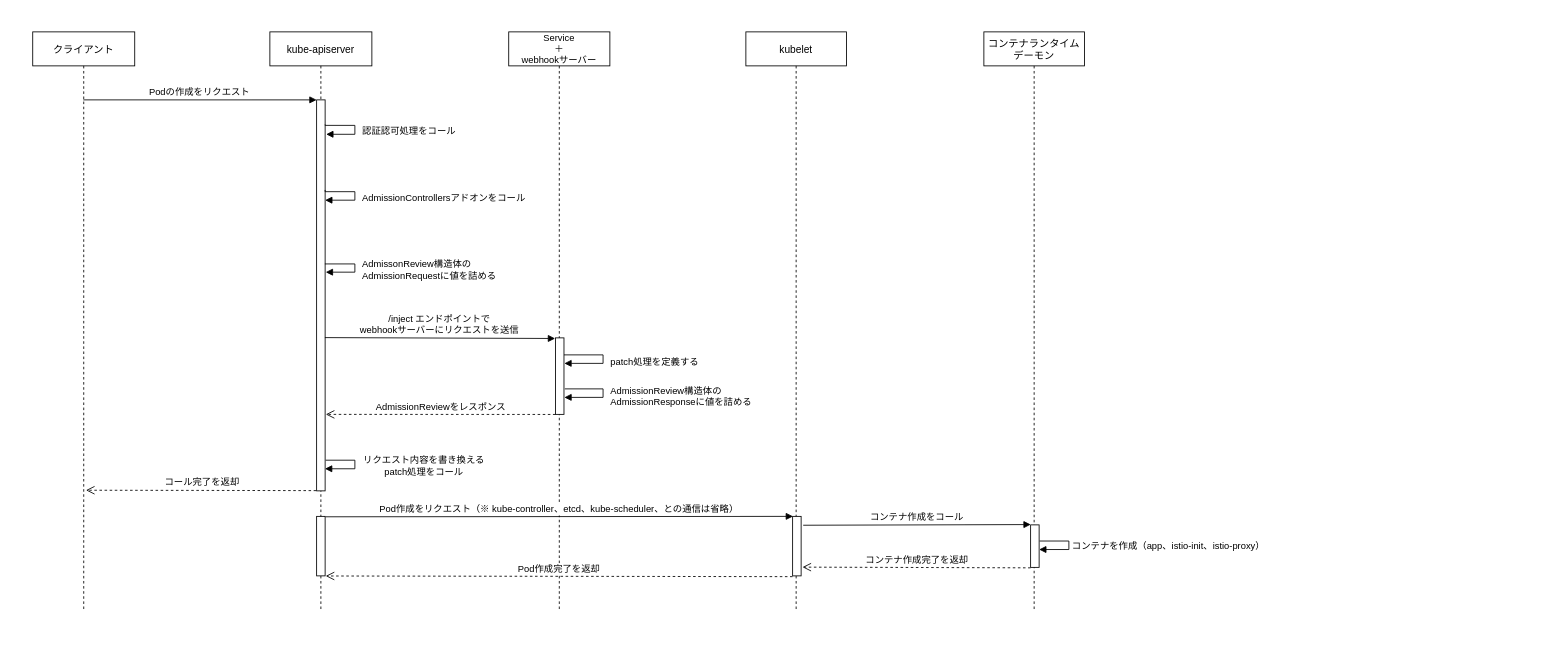
The draw.io diagram page "istio_container-injection_flow" (4 of 4) of images/drawio/istio/service-mesh_layer.drawio in hiroki-it/tech-notebook_old, before the edit. Source tidied: cells renumbered, new cells numbered last; positions are measured from the earlier drawing's top-left corner, leaving out a move shared by most shapes. Both pictures are drawn from the tidied source at 85%, with x=0, y=0 at pixel (32, 31). Pictures stored in the file or linked from it are replaced by grey dashed boxes.
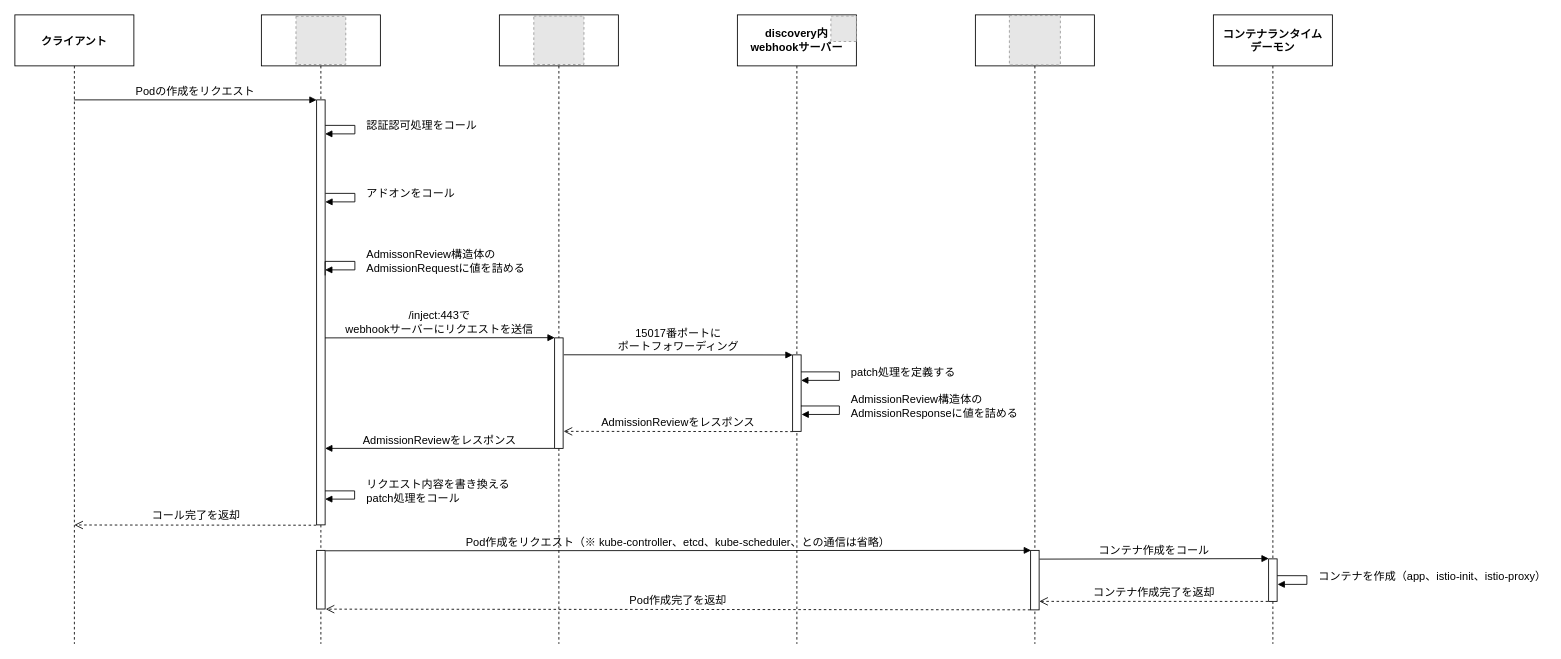
The same diagram, later.

The edit, as a diff of the source:
```diff
@@
+    <mxCell id="11" style="shape=umlLifeline;perimeter=lifelinePerimeter;rounded=0;shadow=0;strokeWidth=1;fontSize=11;labelBackgroundColor=none;size=60;fillColor=none;" parent="1" vertex="1">
+      <mxGeometry x="829" y="-20" width="140" height="740" as="geometry" />
+    </mxCell>
-    <mxCell id="2" value="クライアント" style="shape=umlLifeline;perimeter=lifelinePerimeter;rounded=0;shadow=0;strokeWidth=1;" parent="1" vertex="1">
-      <mxGeometry width="120" height="680" as="geometry" />
+    <mxCell id="2" value="クライアント" style="shape=umlLifeline;perimeter=lifelinePerimeter;rounded=0;shadow=0;strokeWidth=1;labelBackgroundColor=none;fontSize=13;size=60;fillColor=none;fontStyle=1;" parent="1" vertex="1">
+      <mxGeometry x="-21" y="-20" width="140" height="740" as="geometry" />
     </mxCell>
-    <mxCell id="3" value="kube-apiserver" style="shape=umlLifeline;perimeter=lifelinePerimeter;rounded=0;shadow=0;strokeWidth=1;" parent="1" vertex="1">
-      <mxGeometry x="279" width="120" height="680" as="geometry" />
+    <mxCell id="3" style="shape=umlLifeline;perimeter=lifelinePerimeter;rounded=0;shadow=0;strokeWidth=1;labelBackgroundColor=none;fontSize=13;size=60;fillColor=none;" parent="1" vertex="1">
+      <mxGeometry x="269" y="-20" width="140" height="740" as="geometry" />
     </mxCell>
+    <mxCell id="10" value="Podの作成をリクエスト" style="verticalAlign=bottom;endArrow=block;entryX=0;entryY=0;shadow=0;strokeWidth=1;labelBackgroundColor=none;fontColor=default;fontSize=13;" parent="1" edge="1" source="2" target="4">
+      <mxGeometry relative="1" as="geometry" />
+    </mxCell>
+    <mxCell id="15" value="コール完了を返却" style="html=1;verticalAlign=bottom;endArrow=open;dashed=1;endSize=8;rounded=0;exitX=-0.048;exitY=0.999;exitDx=0;exitDy=0;exitPerimeter=0;entryX=0.5;entryY=0.811;entryDx=0;entryDy=0;entryPerimeter=0;labelBackgroundColor=none;fontColor=default;fontSize=13;" parent="1" edge="1" target="2">
+      <mxGeometry relative="1" as="geometry">
+        <mxPoint x="333.5" y="580.4" as="sourcePoint" />
+      </mxGeometry>
+    </mxCell>
+    <mxCell id="16" value="/inject:443で&#10;webhookサーバーにリクエストを送信" style="verticalAlign=bottom;endArrow=block;entryX=0.011;entryY=-0.002;shadow=0;strokeWidth=1;entryDx=0;entryDy=0;entryPerimeter=0;exitX=0.975;exitY=0.56;exitDx=0;exitDy=0;exitPerimeter=0;labelBackgroundColor=none;fontColor=default;fontSize=13;" parent="1" edge="1" source="4" target="29">
+      <mxGeometry relative="1" as="geometry" />
+    </mxCell>
+    <mxCell id="17" style="shape=umlLifeline;perimeter=lifelinePerimeter;rounded=0;shadow=0;strokeWidth=1;labelBackgroundColor=none;fontSize=13;size=60;fillColor=none;" parent="1" vertex="1">
+      <mxGeometry x="1109" y="-20" width="140" height="740" as="geometry" />
+    </mxCell>
+    <mxCell id="19" value="Pod作成をリクエスト（※ kube-controller、etcd、kube-scheduler、との通信は省略）" style="verticalAlign=bottom;endArrow=block;shadow=0;strokeWidth=1;entryX=0.049;entryY=0;entryDx=0;entryDy=0;entryPerimeter=0;exitX=1.041;exitY=0.007;exitDx=0;exitDy=0;exitPerimeter=0;labelBackgroundColor=none;fontColor=default;fontSize=13;" parent="1" edge="1" source="8" target="18">
+      <mxGeometry relative="1" as="geometry" />
+    </mxCell>
+    <mxCell id="20" value="Pod作成完了を返却" style="html=1;verticalAlign=bottom;endArrow=open;dashed=1;endSize=8;rounded=0;exitX=-0.028;exitY=0.999;exitDx=0;exitDy=0;exitPerimeter=0;entryX=1.071;entryY=1.002;entryDx=0;entryDy=0;entryPerimeter=0;labelBackgroundColor=none;fontColor=default;fontSize=13;" parent="1" edge="1" source="18" target="8">
+      <mxGeometry relative="1" as="geometry" />
+    </mxCell>
+    <mxCell id="21" value="コンテナランタイム&#10;デーモン" style="shape=umlLifeline;perimeter=lifelinePerimeter;rounded=0;shadow=0;strokeWidth=1;labelBackgroundColor=none;fontSize=13;size=60;fillColor=none;fontStyle=1;" parent="1" vertex="1">
+      <mxGeometry x="1389" y="-20" width="140" height="740" as="geometry" />
+    </mxCell>
+    <mxCell id="24" value="コンテナ作成をコール" style="verticalAlign=bottom;endArrow=block;shadow=0;strokeWidth=1;entryX=0.015;entryY=-0.007;entryDx=0;entryDy=0;entryPerimeter=0;exitX=1.042;exitY=0.147;exitDx=0;exitDy=0;exitPerimeter=0;labelBackgroundColor=none;fontColor=default;fontSize=13;" parent="1" edge="1" source="18" target="22">
+      <mxGeometry relative="1" as="geometry" />
+    </mxCell>
+    <mxCell id="25" value="コンテナ作成完了を返却" style="html=1;verticalAlign=bottom;endArrow=open;dashed=1;endSize=8;rounded=0;exitX=-0.049;exitY=1.001;exitDx=0;exitDy=0;exitPerimeter=0;entryX=1.024;entryY=0.857;entryDx=0;entryDy=0;entryPerimeter=0;labelBackgroundColor=none;fontColor=default;fontSize=13;" parent="1" edge="1" source="22" target="18">
+      <mxGeometry relative="1" as="geometry" />
+    </mxCell>
+    <mxCell id="27" style="shape=umlLifeline;perimeter=lifelinePerimeter;rounded=0;shadow=0;strokeWidth=1;labelBackgroundColor=none;fontSize=13;size=60;fillColor=none;" parent="1" vertex="1">
+      <mxGeometry x="549" y="-20" width="140" height="740" as="geometry" />
+    </mxCell>
+    <mxCell id="14" value="AdmissionReviewをレスポンス" style="html=1;verticalAlign=bottom;endArrow=open;dashed=1;endSize=8;rounded=0;exitX=0.02;exitY=1.003;exitDx=0;exitDy=0;exitPerimeter=0;entryX=1.064;entryY=0.846;entryDx=0;entryDy=0;entryPerimeter=0;labelBackgroundColor=none;fontColor=default;fontSize=13;" parent="1" edge="1" source="12" target="29">
+      <mxGeometry relative="1" as="geometry" />
+    </mxCell>
-    <mxCell id="4" style="points=[];perimeter=orthogonalPerimeter;rounded=0;shadow=0;strokeWidth=1;" parent="3" vertex="1">
-      <mxGeometry x="55" y="80" width="10" height="460" as="geometry" />
+    <mxCell id="4" style="points=[];perimeter=orthogonalPerimeter;rounded=0;shadow=0;strokeWidth=1;labelBackgroundColor=none;fontSize=13;" parent="1" vertex="1">
+      <mxGeometry x="334" y="80" width="10" height="500" as="geometry" />
     </mxCell>
-    <mxCell id="5" value="認証認可処理をコール" style="edgeStyle=orthogonalEdgeStyle;html=1;align=left;spacingLeft=2;endArrow=block;rounded=0;entryX=1.12;entryY=0.088;entryDx=0;entryDy=0;entryPerimeter=0;" parent="3" edge="1" target="4">
-      <mxGeometry x="0.07" y="5" relative="1" as="geometry">
-        <mxPoint x="65" y="109" as="sourcePoint" />
+    <mxCell id="5" value="認証認可処理をコール" style="edgeStyle=orthogonalEdgeStyle;html=1;align=left;spacingLeft=2;endArrow=block;rounded=0;exitX=1.013;exitY=0.06;exitDx=0;exitDy=0;exitPerimeter=0;labelBackgroundColor=none;fontColor=default;fontSize=13;" parent="1" edge="1" source="4">
+      <mxGeometry x="-0.13" y="10" relative="1" as="geometry">
+        <mxPoint x="344" y="120" as="targetPoint" />
         <Array as="points">
-          <mxPoint x="65" y="110" />
-          <mxPoint x="100" y="110" />
-          <mxPoint x="100" y="121" />
+          <mxPoint x="379" y="110" />
+          <mxPoint x="379" y="120" />
         </Array>
       </mxGeometry>
     </mxCell>
-    <mxCell id="6" value="AdmissionControllersアドオンをコール" style="edgeStyle=orthogonalEdgeStyle;html=1;align=left;spacingLeft=2;endArrow=block;rounded=0;" parent="3" edge="1">
-      <mxGeometry x="0.07" y="5" relative="1" as="geometry">
-        <mxPoint x="65" y="186" as="sourcePoint" />
-        <mxPoint x="65" y="198" as="targetPoint" />
+    <mxCell id="6" value="アドオンをコール" style="edgeStyle=orthogonalEdgeStyle;html=1;align=left;spacingLeft=2;endArrow=block;rounded=0;entryX=1.021;entryY=0.24;entryDx=0;entryDy=0;entryPerimeter=0;labelBackgroundColor=none;fontColor=default;exitX=1.036;exitY=0.22;exitDx=0;exitDy=0;exitPerimeter=0;fontSize=13;" parent="1" edge="1" source="4" target="4">
+      <mxGeometry x="-0.13" y="10" relative="1" as="geometry">
         <Array as="points">
-          <mxPoint x="65" y="188" />
-          <mxPoint x="100" y="188" />
-          <mxPoint x="100" y="198" />
+          <mxPoint x="379" y="190" />
+          <mxPoint x="379" y="200" />
         </Array>
       </mxGeometry>
     </mxCell>
-    <mxCell id="7" value="リクエスト内容を書き換える&lt;br&gt;patch処理をコール" style="edgeStyle=orthogonalEdgeStyle;html=1;align=center;spacingLeft=2;endArrow=block;rounded=0;entryX=0.977;entryY=0.913;entryDx=0;entryDy=0;entryPerimeter=0;exitX=1.065;exitY=0.891;exitDx=0;exitDy=0;exitPerimeter=0;" parent="3" edge="1">
-      <mxGeometry x="0.02" y="80" relative="1" as="geometry">
-        <mxPoint x="65.6" y="503.9" as="sourcePoint" />
-        <mxPoint x="64.8" y="514" as="targetPoint" />
+    <mxCell id="7" value="リクエスト内容を書き換える&lt;br style=&quot;font-size: 13px;&quot;&gt;patch処理をコール" style="edgeStyle=orthogonalEdgeStyle;html=1;align=left;spacingLeft=2;endArrow=block;rounded=0;exitX=1.029;exitY=0.913;exitDx=0;exitDy=0;exitPerimeter=0;labelBackgroundColor=none;fontColor=default;entryX=1.026;entryY=0.934;entryDx=0;entryDy=0;entryPerimeter=0;fontSize=13;" parent="1" edge="1">
+      <mxGeometry x="-0.12" y="10" relative="1" as="geometry">
+        <mxPoint x="344" y="540" as="sourcePoint" />
+        <mxPoint x="344" y="549.7" as="targetPoint" />
         <Array as="points">
-          <mxPoint x="100" y="504" />
-          <mxPoint x="100" y="514" />
+          <mxPoint x="378.7" y="540" />
+          <mxPoint x="378.7" y="550" />
         </Array>
       </mxGeometry>
     </mxCell>
-    <mxCell id="8" style="html=1;points=[];perimeter=orthogonalPerimeter;" parent="3" vertex="1">
-      <mxGeometry x="55" y="570" width="10" height="70" as="geometry" />
+    <mxCell id="8" style="html=1;points=[];perimeter=orthogonalPerimeter;labelBackgroundColor=none;fontSize=13;" parent="1" vertex="1">
+      <mxGeometry x="334" y="610" width="10" height="69" as="geometry" />
     </mxCell>
-    <mxCell id="9" value="AdmissonReview構造体の&lt;br&gt;AdmissionRequestに値を詰める" style="edgeStyle=orthogonalEdgeStyle;html=1;align=left;spacingLeft=2;endArrow=block;rounded=0;entryX=1.068;entryY=0.521;entryDx=0;entryDy=0;entryPerimeter=0;exitX=0.973;exitY=0.5;exitDx=0;exitDy=0;exitPerimeter=0;" parent="3" edge="1">
-      <mxGeometry x="0.07" y="5" relative="1" as="geometry">
-        <mxPoint x="64.7" y="273" as="sourcePoint" />
-        <mxPoint x="65.7" y="282.7" as="targetPoint" />
+    <mxCell id="9" value="AdmissonReview構造体の&lt;br style=&quot;font-size: 13px;&quot;&gt;AdmissionRequestに値を詰める" style="edgeStyle=orthogonalEdgeStyle;html=1;align=left;spacingLeft=2;endArrow=block;rounded=0;labelBackgroundColor=none;fontColor=default;exitX=1.001;exitY=0.413;exitDx=0;exitDy=0;exitPerimeter=0;entryX=0.998;entryY=0.4;entryDx=0;entryDy=0;entryPerimeter=0;fontSize=13;" parent="1" edge="1" source="4" target="4">
+      <mxGeometry x="0.07" y="10" relative="1" as="geometry">
         <Array as="points">
-          <mxPoint x="100" y="273" />
-          <mxPoint x="100" y="283" />
+          <mxPoint x="344" y="270" />
+          <mxPoint x="379" y="270" />
+          <mxPoint x="379" y="280" />
         </Array>
       </mxGeometry>
     </mxCell>
-    <mxCell id="10" value="Podの作成をリクエスト" style="verticalAlign=bottom;endArrow=block;entryX=0;entryY=0;shadow=0;strokeWidth=1;" parent="1" edge="1" source="2" target="4">
-      <mxGeometry relative="1" as="geometry" />
-    </mxCell>
-    <mxCell id="11" value="Service&#10;＋&#10;webhookサーバー" style="shape=umlLifeline;perimeter=lifelinePerimeter;rounded=0;shadow=0;strokeWidth=1;fontSize=11;" parent="1" vertex="1">
-      <mxGeometry x="560" width="119" height="680" as="geometry" />
-    </mxCell>
+    <mxCell id="28" value="AdmissionReviewをレスポンス" style="verticalAlign=bottom;endArrow=block;shadow=0;strokeWidth=1;exitX=-0.005;exitY=1;exitDx=0;exitDy=0;exitPerimeter=0;labelBackgroundColor=none;fontColor=default;fontSize=13;" parent="1" edge="1" source="29">
+      <mxGeometry relative="1" as="geometry">
+        <mxPoint x="344" y="490" as="targetPoint" />
+      </mxGeometry>
+    </mxCell>
+    <mxCell id="29" style="points=[];perimeter=orthogonalPerimeter;rounded=0;shadow=0;strokeWidth=1;labelBackgroundColor=none;fontSize=13;" parent="1" vertex="1">
+      <mxGeometry x="614" y="360" width="10" height="130" as="geometry" />
+    </mxCell>
-    <mxCell id="12" style="points=[];perimeter=orthogonalPerimeter;rounded=0;shadow=0;strokeWidth=1;" parent="11" vertex="1">
-      <mxGeometry x="55" y="360" width="10" height="90" as="geometry" />
+    <mxCell id="12" style="points=[];perimeter=orthogonalPerimeter;rounded=0;shadow=0;strokeWidth=1;labelBackgroundColor=none;fontSize=13;" parent="1" vertex="1">
+      <mxGeometry x="894" y="380" width="10" height="90" as="geometry" />
     </mxCell>
-    <mxCell id="13" value="AdmissionReview構造体の&lt;br&gt;AdmissionResponseに値を詰める" style="edgeStyle=orthogonalEdgeStyle;html=1;align=left;spacingLeft=2;endArrow=block;rounded=0;entryX=1.042;entryY=0.778;entryDx=0;entryDy=0;entryPerimeter=0;" parent="11" edge="1" target="12">
-      <mxGeometry x="0.07" y="5" relative="1" as="geometry">
-        <mxPoint x="66" y="420" as="sourcePoint" />
+    <mxCell id="13" value="AdmissionReview構造体の&lt;br style=&quot;font-size: 13px;&quot;&gt;AdmissionResponseに値を詰める" style="edgeStyle=orthogonalEdgeStyle;html=1;align=left;spacingLeft=2;endArrow=block;rounded=0;entryX=1.048;entryY=0.779;entryDx=0;entryDy=0;entryPerimeter=0;exitX=0.981;exitY=0.668;exitDx=0;exitDy=0;exitPerimeter=0;labelBackgroundColor=none;fontColor=default;fontSize=13;" parent="1" edge="1" source="12" target="12">
+      <mxGeometry x="-0.09" y="10" relative="1" as="geometry">
         <Array as="points">
-          <mxPoint x="111" y="420" />
-          <mxPoint x="111" y="430" />
+          <mxPoint x="949" y="440" />
+          <mxPoint x="949" y="450" />
         </Array>
       </mxGeometry>
     </mxCell>
-    <mxCell id="14" value="AdmissionReviewをレスポンス" style="html=1;verticalAlign=bottom;endArrow=open;dashed=1;endSize=8;rounded=0;exitX=-0.053;exitY=0.981;exitDx=0;exitDy=0;exitPerimeter=0;entryX=1.024;entryY=0.824;entryDx=0;entryDy=0;entryPerimeter=0;" parent="11" edge="1">
-      <mxGeometry relative="1" as="geometry">
-        <mxPoint x="55" y="450.1" as="sourcePoint" />
-        <mxPoint x="-215.2" y="450" as="targetPoint" />
-      </mxGeometry>
-    </mxCell>
-    <mxCell id="15" value="コール完了を返却" style="html=1;verticalAlign=bottom;endArrow=open;dashed=1;endSize=8;rounded=0;exitX=-0.048;exitY=0.999;exitDx=0;exitDy=0;exitPerimeter=0;entryX=0.522;entryY=0.793;entryDx=0;entryDy=0;entryPerimeter=0;" parent="1" edge="1" target="2">
-      <mxGeometry relative="1" as="geometry">
-        <mxPoint x="333.5" y="539.7" as="sourcePoint" />
-      </mxGeometry>
-    </mxCell>
-    <mxCell id="16" value="/inject エンドポイントで&#10;webhookサーバーにリクエストを送信" style="verticalAlign=bottom;endArrow=block;entryX=-0.039;entryY=0.008;shadow=0;strokeWidth=1;entryDx=0;entryDy=0;entryPerimeter=0;exitX=0.976;exitY=0.608;exitDx=0;exitDy=0;exitPerimeter=0;" parent="1" edge="1" source="4" target="12">
-      <mxGeometry relative="1" as="geometry" />
-    </mxCell>
-    <mxCell id="17" value="kubelet" style="shape=umlLifeline;perimeter=lifelinePerimeter;rounded=0;shadow=0;strokeWidth=1;" parent="1" vertex="1">
-      <mxGeometry x="839" width="118.3" height="680" as="geometry" />
-    </mxCell>
+    <mxCell id="26" value="patch処理を定義する" style="edgeStyle=orthogonalEdgeStyle;html=1;align=left;spacingLeft=2;endArrow=block;rounded=0;labelBackgroundColor=none;fontColor=default;fontSize=13;" parent="1" edge="1" source="12">
+      <mxGeometry x="-0.1" y="10" relative="1" as="geometry">
+        <mxPoint x="904" y="410" as="targetPoint" />
+        <Array as="points">
+          <mxPoint x="949" y="400" />
+          <mxPoint x="949" y="410" />
+        </Array>
+      </mxGeometry>
+    </mxCell>
+    <mxCell id="30" value="15017番ポートに&#10;ポートフォワーディング" style="verticalAlign=bottom;endArrow=block;entryX=0.011;entryY=-0.002;shadow=0;strokeWidth=1;entryDx=0;entryDy=0;entryPerimeter=0;exitX=1.086;exitY=0.153;exitDx=0;exitDy=0;exitPerimeter=0;labelBackgroundColor=none;fontColor=default;fontSize=13;" parent="1" edge="1" source="29">
+      <mxGeometry relative="1" as="geometry">
+        <mxPoint x="894" y="380.1" as="targetPoint" />
+      </mxGeometry>
+    </mxCell>
-    <mxCell id="18" style="points=[];perimeter=orthogonalPerimeter;rounded=0;shadow=0;strokeWidth=1;" parent="17" vertex="1">
-      <mxGeometry x="55" y="570" width="10" height="70" as="geometry" />
+    <mxCell id="18" style="points=[];perimeter=orthogonalPerimeter;rounded=0;shadow=0;strokeWidth=1;labelBackgroundColor=none;fontSize=13;" parent="1" vertex="1">
+      <mxGeometry x="1174" y="610" width="10" height="70" as="geometry" />
     </mxCell>
-    <mxCell id="19" value="Pod作成をリクエスト（※ kube-controller、etcd、kube-scheduler、との通信は省略）" style="verticalAlign=bottom;endArrow=block;shadow=0;strokeWidth=1;entryX=0.049;entryY=0;entryDx=0;entryDy=0;entryPerimeter=0;exitX=1.041;exitY=0.007;exitDx=0;exitDy=0;exitPerimeter=0;" parent="1" edge="1" source="8" target="18">
-      <mxGeometry relative="1" as="geometry" />
-    </mxCell>
-    <mxCell id="20" value="Pod作成完了を返却" style="html=1;verticalAlign=bottom;endArrow=open;dashed=1;endSize=8;rounded=0;exitX=-0.008;exitY=1.013;exitDx=0;exitDy=0;exitPerimeter=0;entryX=1.071;entryY=1.002;entryDx=0;entryDy=0;entryPerimeter=0;" parent="1" edge="1" source="18" target="8">
-      <mxGeometry relative="1" as="geometry" />
-    </mxCell>
-    <mxCell id="21" value="コンテナランタイム&#10;デーモン" style="shape=umlLifeline;perimeter=lifelinePerimeter;rounded=0;shadow=0;strokeWidth=1;" parent="1" vertex="1">
-      <mxGeometry x="1119" width="118.3" height="680" as="geometry" />
-    </mxCell>
-    <mxCell id="22" style="points=[];perimeter=orthogonalPerimeter;rounded=0;shadow=0;strokeWidth=1;" parent="21" vertex="1">
-      <mxGeometry x="55" y="580" width="10" height="50" as="geometry" />
+    <mxCell id="22" style="points=[];perimeter=orthogonalPerimeter;rounded=0;shadow=0;strokeWidth=1;labelBackgroundColor=none;fontSize=13;" parent="1" vertex="1">
+      <mxGeometry x="1454" y="620" width="10" height="50" as="geometry" />
     </mxCell>
-    <mxCell id="23" value="コンテナを作成（app、istio-init、istio-proxy）" style="edgeStyle=orthogonalEdgeStyle;html=1;align=left;spacingLeft=2;endArrow=block;rounded=0;entryX=1.004;entryY=0.401;entryDx=0;entryDy=0;entryPerimeter=0;exitX=1.055;exitY=0.2;exitDx=0;exitDy=0;exitPerimeter=0;" parent="21" edge="1">
-      <mxGeometry relative="1" as="geometry">
-        <mxPoint x="65.5" y="599" as="sourcePoint" />
-        <mxPoint x="65" y="609" as="targetPoint" />
+    <mxCell id="23" value="コンテナを作成（app、istio-init、istio-proxy）" style="edgeStyle=orthogonalEdgeStyle;html=1;align=left;spacingLeft=2;endArrow=block;rounded=0;exitX=1.016;exitY=0.395;exitDx=0;exitDy=0;exitPerimeter=0;labelBackgroundColor=none;fontColor=default;entryX=1.049;entryY=0.6;entryDx=0;entryDy=0;entryPerimeter=0;fontSize=13;" parent="1" edge="1" source="22" target="22">
+      <mxGeometry x="-0.13" y="10" relative="1" as="geometry">
         <Array as="points">
-          <mxPoint x="100" y="599" />
-          <mxPoint x="100" y="609" />
+          <mxPoint x="1499" y="640" />
+          <mxPoint x="1499" y="650" />
         </Array>
       </mxGeometry>
     </mxCell>
-    <mxCell id="24" value="コンテナ作成をコール" style="verticalAlign=bottom;endArrow=block;shadow=0;strokeWidth=1;entryX=0.015;entryY=-0.007;entryDx=0;entryDy=0;entryPerimeter=0;exitX=1.244;exitY=0.149;exitDx=0;exitDy=0;exitPerimeter=0;" parent="1" edge="1" source="18" target="22">
-      <mxGeometry relative="1" as="geometry" />
-    </mxCell>
-    <mxCell id="25" value="コンテナ作成完了を返却" style="html=1;verticalAlign=bottom;endArrow=open;dashed=1;endSize=8;rounded=0;exitX=0;exitY=1.011;exitDx=0;exitDy=0;exitPerimeter=0;entryX=1.162;entryY=0.853;entryDx=0;entryDy=0;entryPerimeter=0;" parent="1" edge="1" source="22" target="18">
-      <mxGeometry relative="1" as="geometry" />
-    </mxCell>
-    <mxCell id="26" value="patch処理を定義する" style="edgeStyle=orthogonalEdgeStyle;html=1;align=left;spacingLeft=2;endArrow=block;rounded=0;entryX=1.042;entryY=0.778;entryDx=0;entryDy=0;entryPerimeter=0;" parent="1" edge="1" source="12">
-      <mxGeometry x="0.07" y="5" relative="1" as="geometry">
-        <mxPoint x="625.4" y="390" as="targetPoint" />
-        <Array as="points">
-          <mxPoint x="671" y="380" />
-          <mxPoint x="671" y="390" />
-        </Array>
-      </mxGeometry>
-    </mxCell>
+    <mxCell id="31" style="fillColor=#E6E6E6;strokeColor=#999999;dashed=1;" parent="1" vertex="1">
+      <mxGeometry x="309.7" y="-18.4" width="58.6" height="56.8" as="geometry" />
+    </mxCell>
+    <mxCell id="32" style="fillColor=#E6E6E6;strokeColor=#999999;dashed=1;" parent="1" vertex="1">
+      <mxGeometry x="589.5" y="-18.7" width="59" height="57.1" as="geometry" />
+    </mxCell>
+    <mxCell id="33" style="fillColor=#E6E6E6;strokeColor=#999999;dashed=1;" parent="1" vertex="1">
+      <mxGeometry x="1149" y="-19.2" width="60" height="58.1" as="geometry" />
+    </mxCell>
+    <mxCell id="34" style="fillColor=#E6E6E6;strokeColor=#999999;dashed=1;verticalLabelPosition=bottom;labelBackgroundColor=default;verticalAlign=top;" parent="1" vertex="1">
+      <mxGeometry x="939" y="-18.7" width="30" height="30" as="geometry" />
+    </mxCell>
+    <mxCell id="35" value="&lt;b style=&quot;border-color: var(--border-color); font-size: 13px;&quot;&gt;&lt;b style=&quot;border-color: var(--border-color); font-size: 13px;&quot;&gt;&lt;font style=&quot;border-color: var(--border-color); font-size: 13px;&quot;&gt;discovery内&lt;/font&gt;&lt;/b&gt;&lt;br style=&quot;font-size: 13px;&quot;&gt;webhookサーバー&lt;/b&gt;&lt;b style=&quot;font-size: 13px;&quot;&gt;&lt;font style=&quot;font-size: 13px;&quot;&gt;&lt;br style=&quot;font-size: 13px;&quot;&gt;&lt;/font&gt;&lt;/b&gt;" style="text;whiteSpace=wrap;html=1;fontSize=13;align=center;verticalAlign=middle;fillColor=none;strokeColor=none;" parent="1" vertex="1">
+      <mxGeometry x="834" y="-11.5" width="130" height="43" as="geometry" />
+    </mxCell>
```
